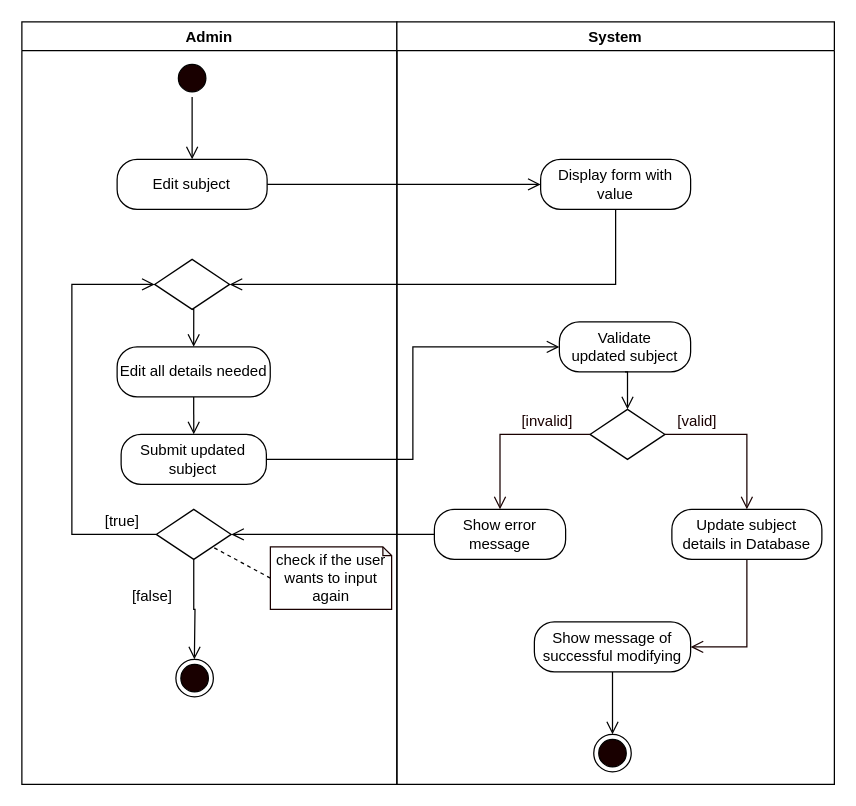
The draw.io diagram page "Edit Subject" (2 of 11) of REVISIONS/UML-DIAGRAMS/6-9-2021/ACTIVITY DIAGRAM/ACTIVITY DIAGRAM2.drawio in mrklglsn/CAPSTONE-FILES, before the edit. Source tidied: cells renumbered, new cells numbered last; positions are measured from the earlier drawing's top-left corner, leaving out a move shared by most shapes. Both pictures are drawn from the tidied source at 125%, with x=0, y=0 at pixel (21, 21).
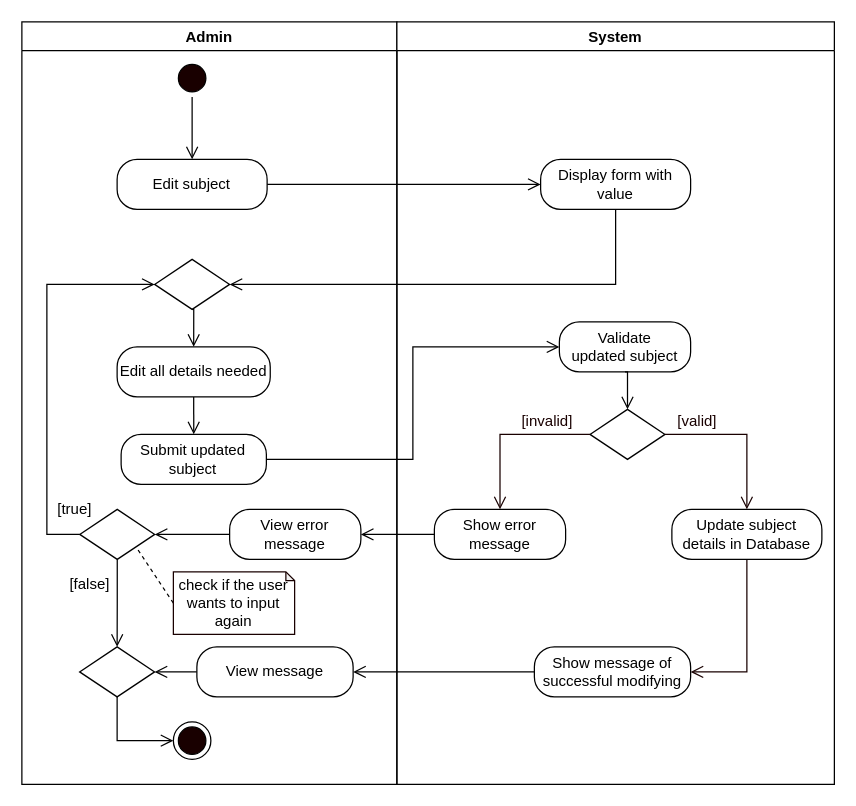
Above is the later version.

The change refers to these unchanged cells:
```xml
<mxCell id="2" value="Admin" style="swimlane;startSize=23;" parent="1" vertex="1">
  <mxGeometry width="300" height="610" as="geometry" />
</mxCell>
<mxCell id="10" style="rhombus;whiteSpace=wrap;html=1;" parent="2" vertex="1">
  <mxGeometry x="106.2" y="190" width="60" height="40" as="geometry" />
</mxCell>
<mxCell id="19" value="System" style="swimlane;" parent="1" vertex="1">
  <mxGeometry x="300" width="350" height="610" as="geometry" />
</mxCell>
<mxCell id="25" value="Show error message" style="rounded=1;whiteSpace=wrap;html=1;arcSize=40;" parent="19" vertex="1">
  <mxGeometry x="30" y="390" width="105" height="40" as="geometry" />
</mxCell>
```

Diff of the diagram source:
```diff
@@
     <mxCell id="11" style="edgeStyle=orthogonalEdgeStyle;rounded=0;jettySize=auto;html=1;exitX=0;exitY=0.5;exitDx=0;exitDy=0;entryX=0;entryY=0.5;entryDx=0;entryDy=0;endArrow=open;endFill=0;endSize=8;" parent="2" edge="1" source="13" target="10">
       <mxGeometry relative="1" as="geometry">
         <Array as="points">
-          <mxPoint x="40" y="410" />
-          <mxPoint x="40" y="210" />
+          <mxPoint x="20" y="410" />
+          <mxPoint x="20" y="210" />
         </Array>
       </mxGeometry>
     </mxCell>
-    <mxCell id="12" style="edgeStyle=orthogonalEdgeStyle;rounded=0;jettySize=auto;html=1;exitX=0.5;exitY=1;exitDx=0;exitDy=0;endArrow=open;endFill=0;endSize=8;startArrow=none;" parent="2" edge="1" source="13">
-      <mxGeometry relative="1" as="geometry">
-        <mxPoint x="138" y="510" as="targetPoint" />
-      </mxGeometry>
+    <mxCell id="12" style="edgeStyle=orthogonalEdgeStyle;rounded=0;jettySize=auto;html=1;exitX=0.5;exitY=1;exitDx=0;exitDy=0;endArrow=open;endFill=0;endSize=8;startArrow=none;entryX=0.5;entryY=0;entryDx=0;entryDy=0;" parent="2" edge="1" source="13" target="43">
+      <mxGeometry relative="1" as="geometry" />
     </mxCell>
     <mxCell id="13" style="rhombus;whiteSpace=wrap;html=1;" parent="2" vertex="1">
-      <mxGeometry x="107.5" y="390" width="60" height="40" as="geometry" />
+      <mxGeometry x="46.3" y="390" width="60" height="40" as="geometry" />
     </mxCell>
     <mxCell id="14" value="[true]" style="text;html=1;align=center;verticalAlign=middle;strokeColor=none;" parent="2" vertex="1">
-      <mxGeometry x="60" y="390" width="40" height="20" as="geometry" />
+      <mxGeometry x="22" y="380" width="40" height="20" as="geometry" />
     </mxCell>
@@
     <mxCell id="16" value="check if the user wants to input again" style="shape=note;whiteSpace=wrap;html=1;backgroundOutline=1;darkOpacity=0.05;strokeColor=#190000;size=7;" parent="2" vertex="1">
-      <mxGeometry x="198.8" y="420" width="97" height="50" as="geometry" />
+      <mxGeometry x="121.2" y="440" width="97" height="50" as="geometry" />
     </mxCell>
     <mxCell id="17" value="[false]" style="text;html=1;align=center;verticalAlign=middle;strokeColor=none;" parent="2" vertex="1">
-      <mxGeometry x="79.4" y="450" width="50" height="20" as="geometry" />
+      <mxGeometry x="29.4" y="440" width="50" height="20" as="geometry" />
     </mxCell>
     <mxCell id="18" style="ellipse;html=1;shape=endState;fillColor=#190000;" parent="2" vertex="1">
-      <mxGeometry x="123.2" y="510" width="30" height="30" as="geometry" />
+      <mxGeometry x="121.2" y="560" width="30" height="30" as="geometry" />
     </mxCell>
+    <mxCell id="38" style="edgeStyle=orthogonalEdgeStyle;rounded=0;jettySize=auto;html=1;exitX=0;exitY=0.5;exitDx=0;exitDy=0;endArrow=open;endFill=0;endSize=8;" parent="2" edge="1" source="39" target="13">
+      <mxGeometry relative="1" as="geometry" />
+    </mxCell>
+    <mxCell id="39" value="View error message" style="rounded=1;whiteSpace=wrap;html=1;arcSize=40;" parent="2" vertex="1">
+      <mxGeometry x="166.2" y="390" width="105" height="40" as="geometry" />
+    </mxCell>
+    <mxCell id="40" style="edgeStyle=orthogonalEdgeStyle;rounded=0;jettySize=auto;html=1;exitX=0;exitY=0.5;exitDx=0;exitDy=0;entryX=1;entryY=0.5;entryDx=0;entryDy=0;endArrow=open;endFill=0;endSize=8;" parent="2" edge="1" source="41" target="43">
+      <mxGeometry relative="1" as="geometry" />
+    </mxCell>
+    <mxCell id="41" value="View message" style="rounded=1;whiteSpace=wrap;html=1;arcSize=40;" parent="2" vertex="1">
+      <mxGeometry x="140" y="500" width="125" height="40" as="geometry" />
+    </mxCell>
+    <mxCell id="42" style="edgeStyle=orthogonalEdgeStyle;rounded=0;jettySize=auto;html=1;exitX=0.5;exitY=1;exitDx=0;exitDy=0;entryX=0;entryY=0.5;entryDx=0;entryDy=0;endArrow=open;endFill=0;endSize=8;" parent="2" edge="1" source="43" target="18">
+      <mxGeometry relative="1" as="geometry" />
+    </mxCell>
+    <mxCell id="43" style="rhombus;whiteSpace=wrap;html=1;" parent="2" vertex="1">
+      <mxGeometry x="46.2" y="500" width="60" height="40" as="geometry" />
+    </mxCell>
@@
-    <mxCell id="30" style="edgeStyle=orthogonalEdgeStyle;rounded=0;jettySize=auto;html=1;exitX=0.5;exitY=1;exitDx=0;exitDy=0;entryX=0.5;entryY=0;entryDx=0;entryDy=0;endArrow=open;endFill=0;endSize=8;" parent="19" edge="1" source="31" target="33">
-      <mxGeometry relative="1" as="geometry" />
-    </mxCell>
     <mxCell id="31" value="Show message of successful modifying" style="rounded=1;whiteSpace=wrap;html=1;arcSize=40;" parent="19" vertex="1">
-      <mxGeometry x="110" y="480" width="125" height="40" as="geometry" />
+      <mxGeometry x="110" y="500" width="125" height="40" as="geometry" />
     </mxCell>
@@
-    <mxCell id="33" style="ellipse;html=1;shape=endState;fillColor=#190000;" parent="19" vertex="1">
-      <mxGeometry x="157.5" y="570" width="30" height="30" as="geometry" />
-    </mxCell>
@@
-    <mxCell id="37" style="edgeStyle=orthogonalEdgeStyle;rounded=0;jettySize=auto;html=1;exitX=0;exitY=0.5;exitDx=0;exitDy=0;entryX=1;entryY=0.5;entryDx=0;entryDy=0;endArrow=open;endFill=0;endSize=8;" parent="1" edge="1" source="25" target="13">
+    <mxCell id="37" style="edgeStyle=orthogonalEdgeStyle;rounded=0;jettySize=auto;html=1;exitX=0;exitY=0.5;exitDx=0;exitDy=0;entryX=1;entryY=0.5;entryDx=0;entryDy=0;endArrow=open;endFill=0;endSize=8;" parent="1" edge="1" source="25" target="39">
       <mxGeometry relative="1" as="geometry" />
     </mxCell>
+    <mxCell id="44" style="edgeStyle=orthogonalEdgeStyle;rounded=0;jettySize=auto;html=1;exitX=0;exitY=0.5;exitDx=0;exitDy=0;endArrow=open;endFill=0;endSize=8;" parent="1" edge="1" source="31" target="41">
+      <mxGeometry relative="1" as="geometry" />
+    </mxCell>
```
